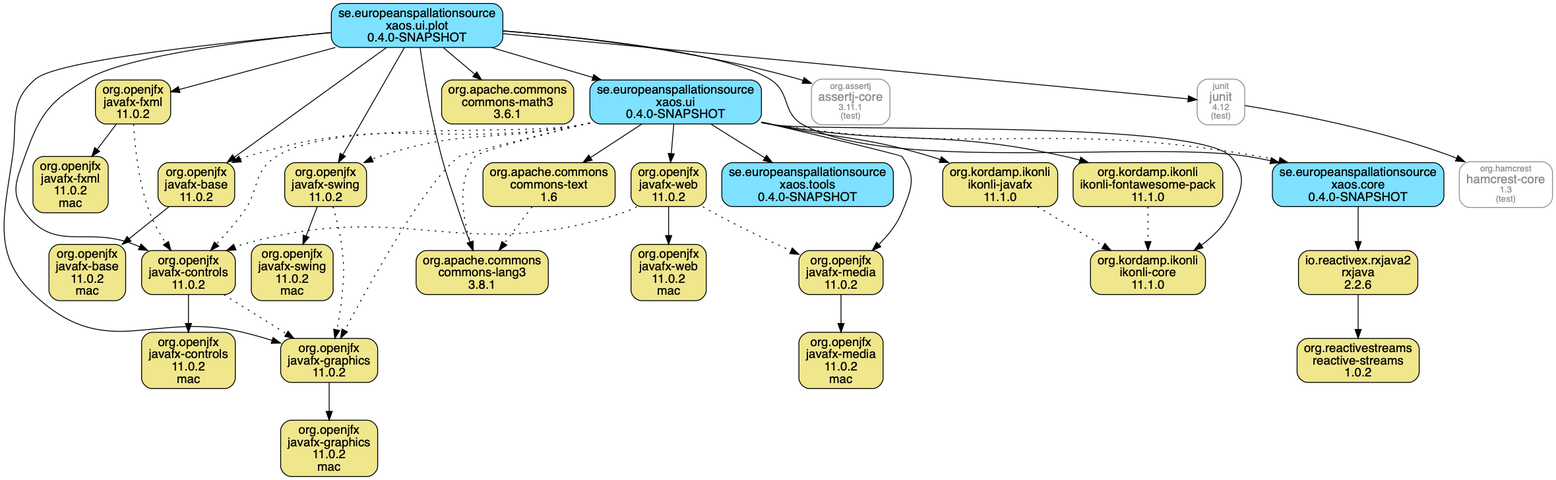
Earlier version of the Graphviz export xaos.ui.plot.module/doc/maven-dependencies.png (ESSICS/XAOS). Its source is kept beside it as xaos.ui.plot.module/doc/maven-dependencies.dot.
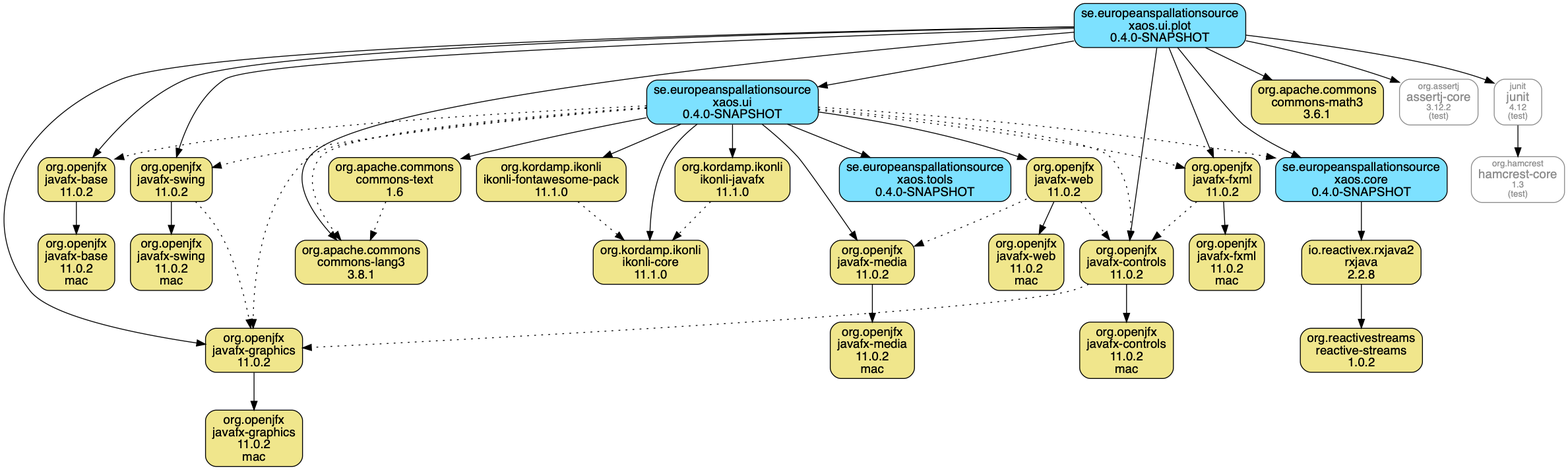
Later version of the same file.

Diff of the diagram source:
```diff
@@ -15,7 +15,7 @@
   "org.openjfx:javafx-swing:jar:mac"[shape="box",style="rounded, filled",fillcolor="khaki",label=<org.openjfx<br/>javafx-swing<br/>11.0.2<br/>mac>]
   "org.apache.commons:commons-lang3:jar"[shape="box",style="rounded, filled",fillcolor="khaki",label=<org.apache.commons<br/>commons-lang3<br/>3.8.1>]
   "org.apache.commons:commons-math3:jar"[shape="box",style="rounded, filled",fillcolor="khaki",label=<org.apache.commons<br/>commons-math3<br/>3.6.1>]
-  "io.reactivex.rxjava2:rxjava:jar"[shape="box",style="rounded, filled",fillcolor="khaki",label=<io.reactivex.rxjava2<br/>rxjava<br/>2.2.6>]
+  "io.reactivex.rxjava2:rxjava:jar"[shape="box",style="rounded, filled",fillcolor="khaki",label=<io.reactivex.rxjava2<br/>rxjava<br/>2.2.8>]
   "org.reactivestreams:reactive-streams:jar"[shape="box",style="rounded, filled",fillcolor="khaki",label=<org.reactivestreams<br/>reactive-streams<br/>1.0.2>]
   "se.europeanspallationsource:xaos.core:jar"[shape="box",style="rounded, filled",fillcolor="#7DE1FF",label=<se.europeanspallationsource<br/>xaos.core<br/>0.4.0-SNAPSHOT>]
   "se.europeanspallationsource:xaos.ui:jar"[shape="box",style="rounded, filled",fillcolor="#7DE1FF",label=<se.europeanspallationsource<br/>xaos.ui<br/>0.4.0-SNAPSHOT>]
@@ -28,7 +28,7 @@
   "org.kordamp.ikonli:ikonli-javafx:jar"[shape="box",style="rounded, filled",fillcolor="khaki",label=<org.kordamp.ikonli<br/>ikonli-javafx<br/>11.1.0>]
   "org.kordamp.ikonli:ikonli-fontawesome-pack:jar"[shape="box",style="rounded, filled",fillcolor="khaki",label=<org.kordamp.ikonli<br/>ikonli-fontawesome-pack<br/>11.1.0>]
   "se.europeanspallationsource:xaos.tools:jar"[shape="box",style="rounded, filled",fillcolor="#7DE1FF",label=<se.europeanspallationsource<br/>xaos.tools<br/>0.4.0-SNAPSHOT>]
-  "org.assertj:assertj-core:jar"[shape="box",style="rounded",color="grey55",fontname="Helvetica",fontsize="14",fontcolor="grey55",label=<<font color="grey55" point-size="10">org.assertj</font><br/>assertj-core<font color="grey55" point-size="10"><br/>3.11.1</font><font color="grey55" point-size="10"><br/>(test)</font>>]
+  "org.assertj:assertj-core:jar"[shape="box",style="rounded",color="grey55",fontname="Helvetica",fontsize="14",fontcolor="grey55",label=<<font color="grey55" point-size="10">org.assertj</font><br/>assertj-core<font color="grey55" point-size="10"><br/>3.12.2</font><font color="grey55" point-size="10"><br/>(test)</font>>]
   "junit:junit:jar"[shape="box",style="rounded",color="grey55",fontname="Helvetica",fontsize="14",fontcolor="grey55",label=<<font color="grey55" point-size="10">junit</font><br/>junit<font color="grey55" point-size="10"><br/>4.12</font><font color="grey55" point-size="10"><br/>(test)</font>>]
   "org.hamcrest:hamcrest-core:jar"[shape="box",style="rounded",color="grey55",fontname="Helvetica",fontsize="14",fontcolor="grey55",label=<<font color="grey55" point-size="10">org.hamcrest</font><br/>hamcrest-core<font color="grey55" point-size="10"><br/>1.3</font><font color="grey55" point-size="10"><br/>(test)</font>>]
 
@@ -52,6 +52,7 @@
   "se.europeanspallationsource:xaos.ui.plot:jar" -> "se.europeanspallationsource:xaos.core:jar"
   "se.europeanspallationsource:xaos.ui:jar" -> "org.openjfx:javafx-base:jar"[style="dotted"]
   "se.europeanspallationsource:xaos.ui:jar" -> "org.openjfx:javafx-controls:jar"[style="dotted"]
+  "se.europeanspallationsource:xaos.ui:jar" -> "org.openjfx:javafx-fxml:jar"[style="dotted"]
   "se.europeanspallationsource:xaos.ui:jar" -> "org.openjfx:javafx-graphics:jar"[style="dotted"]
   "org.openjfx:javafx-media:jar" -> "org.openjfx:javafx-media:jar:mac"
   "se.europeanspallationsource:xaos.ui:jar" -> "org.openjfx:javafx-media:jar"
```
